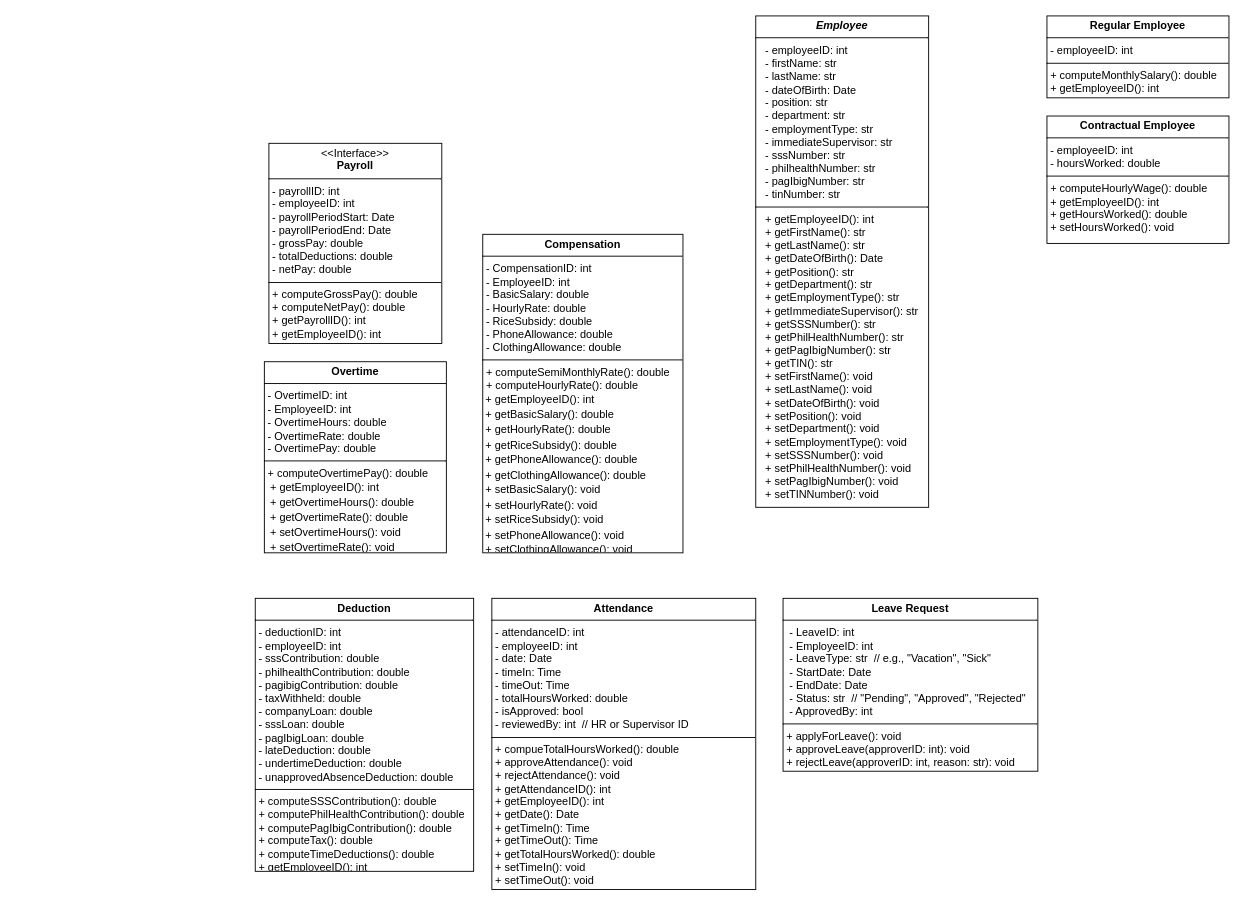
rmanalaysay/Homework-4-Implementing-Abstraction-in-Java keeps this draw.io diagram as src/Untitled Diagram.drawio. Above is the earlier version. Source tidied: cells renumbered, new cells numbered last; positions are measured from the earlier drawing's top-left corner, leaving out a move shared by most shapes. Both pictures are drawn from the tidied source at 91%, with x=0, y=0 at pixel (255, 15).
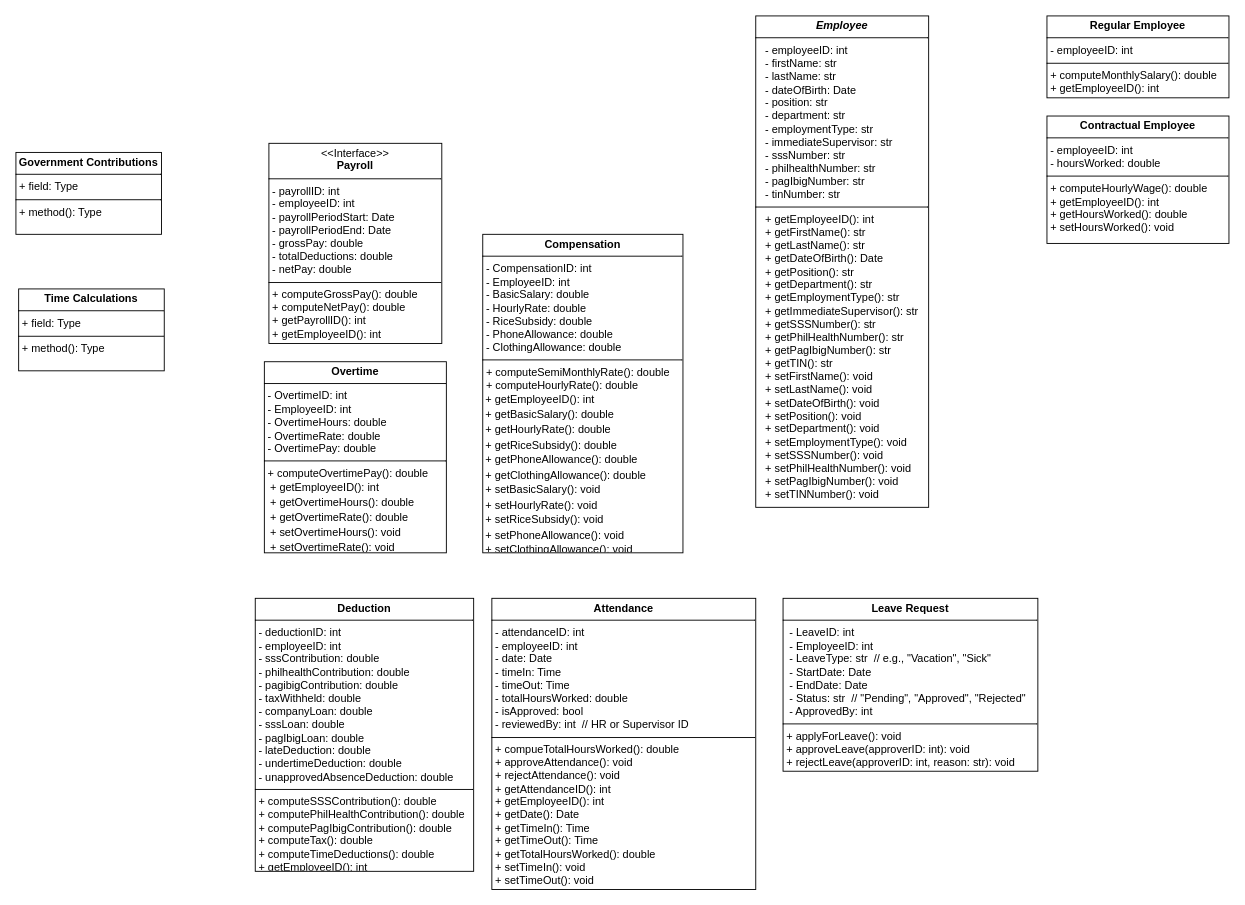
Above is the later version.

Change to the diagram source:
```diff
@@
+    <mxCell id="12" value="&lt;p style=&quot;margin:0px;margin-top:4px;text-align:center;&quot;&gt;&lt;b&gt;Government Contributions&lt;/b&gt;&lt;/p&gt;&lt;hr size=&quot;1&quot; style=&quot;border-style:solid;&quot;&gt;&lt;p style=&quot;margin:0px;margin-left:4px;&quot;&gt;+ field: Type&lt;/p&gt;&lt;hr size=&quot;1&quot; style=&quot;border-style:solid;&quot;&gt;&lt;p style=&quot;margin:0px;margin-left:4px;&quot;&gt;+ method(): Type&lt;/p&gt;" style="verticalAlign=top;align=left;overflow=fill;html=1;whiteSpace=wrap;" parent="1" vertex="1">
+      <mxGeometry x="-263" y="150" width="160" height="90" as="geometry" />
+    </mxCell>
+    <mxCell id="13" value="&lt;p style=&quot;margin:0px;margin-top:4px;text-align:center;&quot;&gt;&lt;b&gt;Time Calculations&lt;/b&gt;&lt;/p&gt;&lt;hr size=&quot;1&quot; style=&quot;border-style:solid;&quot;&gt;&lt;p style=&quot;margin:0px;margin-left:4px;&quot;&gt;+ field: Type&lt;/p&gt;&lt;hr size=&quot;1&quot; style=&quot;border-style:solid;&quot;&gt;&lt;p style=&quot;margin:0px;margin-left:4px;&quot;&gt;+ method(): Type&lt;/p&gt;" style="verticalAlign=top;align=left;overflow=fill;html=1;whiteSpace=wrap;" parent="1" vertex="1">
+      <mxGeometry x="-260" y="300" width="160" height="90" as="geometry" />
+    </mxCell>
```
